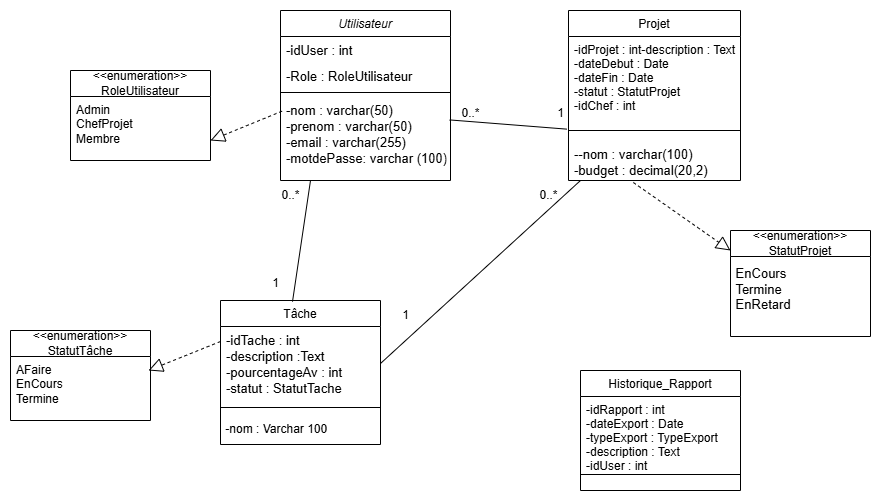
Earlier version of the draw.io export Diagramme de classe de suivi des projet SI.drawio.png (aichamokhtar/pfe-suivi-projets-si). Source tidied: cells renumbered, new cells last; positions are measured from the earlier drawing's top-left corner, leaving out a move shared by most shapes.
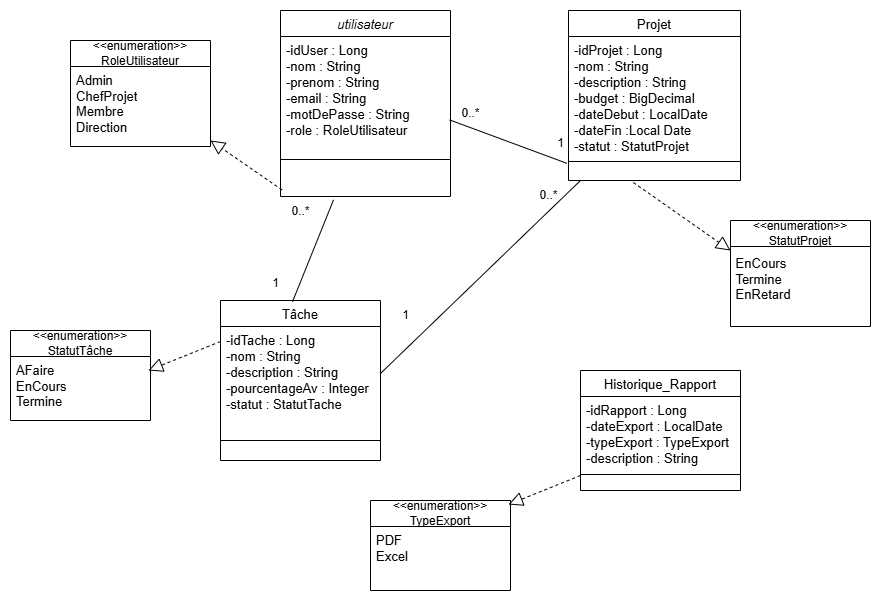
Above is the later version.

Commit message:
mise à jour diagramme de classe

The edit, as a diff of the source:
```diff
@@ -2,54 +2,45 @@
   <root>
     <mxCell id="0" />
     <mxCell id="1" parent="0" />
-    <mxCell id="2" value="Utilisateur" style="swimlane;fontStyle=2;align=center;verticalAlign=top;horizontal=1;startSize=26;rounded=0;shadow=0;strokeWidth=1;" parent="1" vertex="1">
-      <mxGeometry x="270" width="170" height="170" as="geometry" />
+    <mxCell id="2" value="utilisateur" style="swimlane;fontStyle=2;align=center;verticalAlign=top;horizontal=1;startSize=26;rounded=0;shadow=0;strokeWidth=1;fontSize=13;" parent="1" vertex="1">
+      <mxGeometry x="270" width="170" height="186" as="geometry" />
     </mxCell>
-    <mxCell id="3" value="-idUser : int" style="text;align=left;verticalAlign=top;spacingLeft=4;spacingRight=4;overflow=hidden;fontSize=13;" parent="2" vertex="1">
-      <mxGeometry y="26" width="170" height="26" as="geometry" />
-    </mxCell>
-    <mxCell id="4" value="-Role : RoleUtilisateur" style="text;align=left;verticalAlign=top;spacingLeft=4;spacingRight=4;overflow=hidden;rounded=0;shadow=0;html=0;fontSize=13;" parent="2" vertex="1">
-      <mxGeometry y="52" width="170" height="26" as="geometry" />
+    <mxCell id="4" value="-idUser : Long&#10;-nom : String&#10;-prenom : String&#10;-email : String&#10;-motDePasse : String&#10;-role : RoleUtilisateur" style="text;align=left;verticalAlign=top;spacingLeft=4;spacingRight=4;overflow=hidden;rounded=0;shadow=0;html=0;fontSize=13;" parent="2" vertex="1">
+      <mxGeometry y="26" width="170" height="94" as="geometry" />
     </mxCell>
     <mxCell id="5" style="line;html=1;strokeWidth=1;align=left;verticalAlign=middle;spacingTop=-1;spacingLeft=3;spacingRight=3;labelPosition=right;" parent="2" vertex="1">
-      <mxGeometry y="78" width="170" height="8" as="geometry" />
+      <mxGeometry y="120" width="170" height="58" as="geometry" />
     </mxCell>
-    <mxCell id="6" value="-nom : varchar(50)&#10;-prenom : varchar(50)&#10;-email : varchar(255)&#10;-motdePasse: varchar (100)&#10;" style="text;align=left;verticalAlign=top;spacingLeft=4;spacingRight=4;overflow=hidden;points=[[0,0.5],[1,0.5]];portConstraint=eastwest;fontSize=13;" parent="2" vertex="1">
-      <mxGeometry y="86" width="170" height="84" as="geometry" />
+    <mxCell id="6" value="&#10;" style="text;align=left;verticalAlign=top;spacingLeft=4;spacingRight=4;overflow=hidden;points=[[0,0.5],[1,0.5]];portConstraint=eastwest;fontSize=13;" parent="2" vertex="1">
+      <mxGeometry y="178" width="170" height="8" as="geometry" />
     </mxCell>
-    <mxCell id="7" value="Tâche" style="swimlane;fontStyle=0;align=center;verticalAlign=top;horizontal=1;startSize=26;rounded=0;shadow=0;strokeWidth=1;" parent="1" vertex="1">
-      <mxGeometry x="210" y="290" width="160" height="144" as="geometry" />
+    <mxCell id="7" value="Tâche" style="swimlane;fontStyle=0;align=center;verticalAlign=top;horizontal=1;startSize=26;rounded=0;shadow=0;strokeWidth=1;fontSize=13;" parent="1" vertex="1">
+      <mxGeometry x="210" y="290" width="160" height="160" as="geometry" />
     </mxCell>
-    <mxCell id="8" value="-idTache : int&#10;-description :Text&#10;-pourcentageAv : int&#10;-statut : StatutTache&#10;&#10;&#10;&#10;" style="text;align=left;verticalAlign=top;spacingLeft=4;spacingRight=4;overflow=hidden;points=[[0,0.5],[1,0.5]];portConstraint=eastwest;rounded=0;shadow=0;html=0;fontSize=13;" parent="7" vertex="1">
-      <mxGeometry y="26" width="160" height="74" as="geometry" />
+    <mxCell id="8" value="-idTache : Long&#10;-nom : String&#10;-description : String&#10;-pourcentageAv : Integer&#10;-statut : StatutTache&#10;&#10;&#10;&#10;" style="text;align=left;verticalAlign=top;spacingLeft=4;spacingRight=4;overflow=hidden;points=[[0,0.5],[1,0.5]];portConstraint=eastwest;rounded=0;shadow=0;html=0;fontSize=13;" parent="7" vertex="1">
+      <mxGeometry y="26" width="160" height="94" as="geometry" />
     </mxCell>
     <mxCell id="9" style="line;html=1;strokeWidth=1;align=left;verticalAlign=middle;spacingTop=-1;spacingLeft=3;spacingRight=3;labelPosition=right;" parent="7" vertex="1">
-      <mxGeometry y="100" width="160" height="14" as="geometry" />
+      <mxGeometry y="120" width="160" height="40" as="geometry" />
     </mxCell>
-    <mxCell id="10" value="&amp;nbsp;-nom : Varchar 100" style="text;html=1;align=left;verticalAlign=middle;strokeColor=none;fillColor=none;" parent="7" vertex="1">
-      <mxGeometry y="114" width="160" height="30" as="geometry" />
-    </mxCell>
-    <mxCell id="11" value="Historique_Rapport" style="swimlane;fontStyle=0;align=center;verticalAlign=top;horizontal=1;startSize=26;rounded=0;shadow=0;strokeWidth=1;" parent="1" vertex="1">
+    <mxCell id="11" value="Historique_Rapport" style="swimlane;fontStyle=0;align=center;verticalAlign=top;horizontal=1;startSize=26;rounded=0;shadow=0;strokeWidth=1;fontSize=13;" parent="1" vertex="1">
       <mxGeometry x="570" y="360" width="160" height="120" as="geometry" />
     </mxCell>
-    <mxCell id="12" value="-idRapport : int&#10;-dateExport : Date&#10;-typeExport : TypeExport&#10;-description : Text&#10;-idUser : int" style="text;align=left;verticalAlign=top;spacingLeft=4;spacingRight=4;overflow=hidden;" parent="11" vertex="1">
+    <mxCell id="12" value="-idRapport : Long&#10;-dateExport : LocalDate&#10;-typeExport : TypeExport&#10;-description : String&#10;" style="text;align=left;verticalAlign=top;spacingLeft=4;spacingRight=4;overflow=hidden;fontSize=13;" parent="11" vertex="1">
       <mxGeometry y="26" width="160" height="74" as="geometry" />
     </mxCell>
     <mxCell id="13" style="line;html=1;strokeWidth=1;align=left;verticalAlign=middle;spacingTop=-1;spacingLeft=3;spacingRight=3;labelPosition=right;" parent="11" vertex="1">
       <mxGeometry y="100" width="160" height="8" as="geometry" />
     </mxCell>
-    <mxCell id="14" value="Projet" style="swimlane;fontStyle=0;align=center;verticalAlign=top;horizontal=1;startSize=26;rounded=0;shadow=0;strokeWidth=1;" parent="1" vertex="1">
+    <mxCell id="14" value="Projet" style="swimlane;fontStyle=0;align=center;verticalAlign=top;horizontal=1;startSize=26;rounded=0;shadow=0;strokeWidth=1;fontSize=13;" parent="1" vertex="1">
       <mxGeometry x="558" width="172" height="170" as="geometry" />
     </mxCell>
-    <mxCell id="15" value="-idProjet : int-description : Text&#10;-dateDebut : Date&#10;-dateFin : Date&#10;-statut : StatutProjet&#10;-idChef : int" style="text;align=left;verticalAlign=top;spacingLeft=4;spacingRight=4;overflow=hidden;points=[[0,0.5],[1,0.5]];portConstraint=eastwest;rounded=0;shadow=0;html=0;" parent="14" vertex="1">
-      <mxGeometry y="26" width="172" height="84" as="geometry" />
+    <mxCell id="15" value="-idProjet : Long&#10;-nom : String&#10;-description : String&#10;-budget : BigDecimal&#10;-dateDebut : LocalDate&#10;-dateFin :Local Date&#10;-statut : StatutProjet&#10;&#10;" style="text;align=left;verticalAlign=top;spacingLeft=4;spacingRight=4;overflow=hidden;points=[[0,0.5],[1,0.5]];portConstraint=eastwest;rounded=0;shadow=0;html=0;fontSize=13;" parent="14" vertex="1">
+      <mxGeometry y="26" width="172" height="115" as="geometry" />
     </mxCell>
     <mxCell id="16" style="line;html=1;strokeWidth=1;align=left;verticalAlign=middle;spacingTop=-1;spacingLeft=3;spacingRight=3;labelPosition=right;" parent="14" vertex="1">
-      <mxGeometry y="110" width="172" height="20" as="geometry" />
+      <mxGeometry y="141" width="172" height="20" as="geometry" />
     </mxCell>
-    <mxCell id="17" value="--nom : varchar(100)&#10;-budget : decimal(20,2)" style="text;align=left;verticalAlign=top;spacingLeft=4;spacingRight=4;overflow=hidden;points=[[0,0.5],[1,0.5]];portConstraint=eastwest;rounded=0;shadow=0;html=0;fontSize=13;" parent="14" vertex="1">
-      <mxGeometry y="130" width="172" height="40" as="geometry" />
-    </mxCell>
     <mxCell id="18" style="endArrow=none;html=1;rounded=0;entryX=-0.009;entryY=1.103;entryDx=0;entryDy=0;entryPerimeter=0;exitX=-0.021;exitY=0.714;exitDx=0;exitDy=0;exitPerimeter=0;" parent="1" edge="1" source="19" target="15">
       <mxGeometry relative="1" as="geometry" />
     </mxCell>
@@ -57,7 +48,7 @@
       <mxGeometry x="440" y="88" width="40" height="30" as="geometry" />
     </mxCell>
     <mxCell id="20" value="1" style="text;html=1;align=center;verticalAlign=middle;strokeColor=none;fillColor=none;" parent="1" vertex="1">
-      <mxGeometry x="535" y="88" width="30" height="30" as="geometry" />
+      <mxGeometry x="535" y="118" width="30" height="30" as="geometry" />
     </mxCell>
     <mxCell id="21" style="endArrow=none;html=1;rounded=0;exitX=1;exitY=0.5;exitDx=0;exitDy=0;" parent="1" edge="1" source="8">
       <mxGeometry relative="1" as="geometry">
@@ -70,43 +61,42 @@
     <mxCell id="23" value="0..*" style="text;html=1;align=center;verticalAlign=middle;strokeColor=none;fillColor=none;" parent="1" vertex="1">
       <mxGeometry x="518" y="170" width="40" height="30" as="geometry" />
     </mxCell>
-    <mxCell id="24" style="endArrow=none;html=1;rounded=0;exitX=0.45;exitY=0.008;exitDx=0;exitDy=0;exitPerimeter=0;" parent="1" edge="1" source="7">
-      <mxGeometry relative="1" as="geometry">
-        <mxPoint x="300" y="170" as="targetPoint" />
-      </mxGeometry>
+    <mxCell id="24" style="endArrow=none;html=1;rounded=0;exitX=0.45;exitY=0.008;exitDx=0;exitDy=0;exitPerimeter=0;entryX=0.312;entryY=1.417;entryDx=0;entryDy=0;entryPerimeter=0;" parent="1" edge="1" source="7" target="6">
+      <mxGeometry relative="1" as="geometry" />
     </mxCell>
     <mxCell id="25" value="1" style="text;html=1;align=center;verticalAlign=middle;strokeColor=none;fillColor=none;" parent="1" vertex="1">
       <mxGeometry x="250" y="258" width="30" height="30" as="geometry" />
     </mxCell>
     <mxCell id="26" value="0..*" style="text;html=1;align=center;verticalAlign=middle;strokeColor=none;fillColor=none;" parent="1" vertex="1">
-      <mxGeometry x="260" y="170" width="40" height="30" as="geometry" />
+      <mxGeometry x="270" y="186" width="40" height="30" as="geometry" />
     </mxCell>
-    <mxCell id="27" value="&amp;lt;&amp;lt;enumeration&amp;gt;&amp;gt;&lt;div&gt;RoleUtilisateur&lt;/div&gt;" style="swimlane;fontStyle=0;horizontal=1;startSize=26;fillColor=none;whiteSpace=wrap;html=1;" parent="1" vertex="1">
-      <mxGeometry x="60" y="60" width="140" height="90" as="geometry" />
+    <mxCell id="27" value="&lt;font&gt;&amp;lt;&amp;lt;enumeration&amp;gt;&amp;gt;&lt;/font&gt;&lt;div&gt;&lt;font&gt;RoleUtilisateur&lt;/font&gt;&lt;/div&gt;" style="swimlane;fontStyle=0;horizontal=1;startSize=26;fillColor=none;whiteSpace=wrap;html=1;" parent="1" vertex="1">
+      <mxGeometry x="60" y="30" width="140" height="106" as="geometry" />
     </mxCell>
-    <mxCell id="28" value="Admin&lt;div&gt;ChefProjet&lt;/div&gt;&lt;div&gt;Membre&amp;nbsp;&lt;/div&gt;" style="text;strokeColor=none;fillColor=none;align=left;verticalAlign=top;spacingLeft=4;spacingRight=4;overflow=hidden;whiteSpace=wrap;html=1;" parent="27" vertex="1">
-      <mxGeometry y="26" width="140" height="64" as="geometry" />
+    <mxCell id="28" value="&lt;font style=&quot;font-size: 13px;&quot;&gt;Admin&lt;/font&gt;&lt;div&gt;&lt;font style=&quot;font-size: 13px;&quot;&gt;ChefProjet&lt;/font&gt;&lt;/div&gt;&lt;div&gt;&lt;font style=&quot;font-size: 13px;&quot;&gt;Membre&lt;/font&gt;&lt;/div&gt;&lt;div&gt;&lt;font style=&quot;font-size: 13px;&quot; face=&quot;sans-serif&quot;&gt;&lt;span style=&quot;white-space: pre; background-color: rgb(254, 254, 254);&quot;&gt;Direction&lt;/span&gt;&lt;/font&gt;&lt;/div&gt;" style="text;strokeColor=none;fillColor=none;align=left;verticalAlign=top;spacingLeft=4;spacingRight=4;overflow=hidden;whiteSpace=wrap;html=1;" parent="27" vertex="1">
+      <mxGeometry y="26" width="140" height="80" as="geometry" />
     </mxCell>
     <mxCell id="29" style="endArrow=block;dashed=1;endFill=0;endSize=12;html=1;rounded=0;exitX=0.009;exitY=0.175;exitDx=0;exitDy=0;exitPerimeter=0;" parent="1" edge="1" source="6">
       <mxGeometry relative="1" as="geometry">
         <mxPoint x="200" y="130" as="targetPoint" />
       </mxGeometry>
     </mxCell>
-    <mxCell id="30" value="&amp;lt;&amp;lt;enumeration&amp;gt;&amp;gt;&lt;div&gt;StatutProjet&lt;/div&gt;" style="swimlane;fontStyle=0;horizontal=1;startSize=26;fillColor=none;whiteSpace=wrap;html=1;" parent="1" vertex="1">
-      <mxGeometry x="720" y="220" width="140" height="106" as="geometry" />
+    <mxCell id="30" value="&lt;font&gt;&amp;lt;&amp;lt;enumeration&amp;gt;&amp;gt;&lt;/font&gt;&lt;div&gt;&lt;font&gt;StatutProjet&lt;/font&gt;&lt;/div&gt;" style="swimlane;fontStyle=0;horizontal=1;startSize=26;fillColor=none;whiteSpace=wrap;html=1;" parent="1" vertex="1">
+      <mxGeometry x="720" y="210" width="140" height="106" as="geometry" />
     </mxCell>
     <mxCell id="31" value="&lt;div style=&quot;&quot;&gt;&lt;font style=&quot;font-size: 13px;&quot;&gt;&amp;nbsp;EnCours&lt;/font&gt;&lt;/div&gt;&lt;div style=&quot;&quot;&gt;&lt;font style=&quot;font-size: 13px;&quot;&gt;&amp;nbsp;Termine&lt;/font&gt;&lt;/div&gt;&lt;div style=&quot;&quot;&gt;&lt;font style=&quot;font-size: 13px;&quot;&gt;&amp;nbsp;EnRetard&lt;/font&gt;&lt;/div&gt;&lt;div style=&quot;&quot;&gt;&lt;br&gt;&lt;/div&gt;" style="text;html=1;align=left;verticalAlign=middle;strokeColor=none;fillColor=none;" parent="30" vertex="1">
       <mxGeometry y="26" width="140" height="80" as="geometry" />
     </mxCell>
-    <mxCell id="32" style="endArrow=block;dashed=1;endFill=0;endSize=12;html=1;rounded=0;exitX=0.377;exitY=1.05;exitDx=0;exitDy=0;exitPerimeter=0;" parent="1" edge="1" source="17">
+    <mxCell id="32" style="endArrow=block;dashed=1;endFill=0;endSize=12;html=1;rounded=0;exitX=0.377;exitY=1.05;exitDx=0;exitDy=0;exitPerimeter=0;" parent="1" edge="1">
       <mxGeometry relative="1" as="geometry">
+        <mxPoint x="622.8" y="172" as="sourcePoint" />
         <mxPoint x="720" y="240" as="targetPoint" />
       </mxGeometry>
     </mxCell>
     <mxCell id="33" value="&amp;lt;&amp;lt;enumeration&amp;gt;&amp;gt;&lt;div&gt;Statut&lt;span style=&quot;text-wrap-mode: nowrap; background-color: transparent; color: light-dark(rgb(0, 0, 0), rgb(255, 255, 255));&quot;&gt;Tâche&lt;/span&gt;&lt;/div&gt;" style="swimlane;fontStyle=0;horizontal=1;startSize=26;fillColor=none;whiteSpace=wrap;html=1;" parent="1" vertex="1">
       <mxGeometry y="320" width="140" height="90" as="geometry" />
     </mxCell>
-    <mxCell id="34" value="AFaire&lt;div&gt;EnCours&lt;/div&gt;&lt;div&gt;Termine&lt;/div&gt;" style="text;strokeColor=none;fillColor=none;align=left;verticalAlign=top;spacingLeft=4;spacingRight=4;overflow=hidden;whiteSpace=wrap;html=1;" parent="33" vertex="1">
+    <mxCell id="34" value="&lt;font style=&quot;font-size: 13px;&quot;&gt;AFaire&lt;/font&gt;&lt;div&gt;&lt;font style=&quot;font-size: 13px;&quot;&gt;EnCours&lt;/font&gt;&lt;/div&gt;&lt;div&gt;&lt;font style=&quot;font-size: 13px;&quot;&gt;Termine&lt;/font&gt;&lt;/div&gt;" style="text;strokeColor=none;fillColor=none;align=left;verticalAlign=top;spacingLeft=4;spacingRight=4;overflow=hidden;whiteSpace=wrap;html=1;" parent="33" vertex="1">
       <mxGeometry y="26" width="140" height="64" as="geometry" />
     </mxCell>
     <mxCell id="35" style="endArrow=block;dashed=1;endFill=0;endSize=12;html=1;rounded=0;exitX=0.009;exitY=0.175;exitDx=0;exitDy=0;exitPerimeter=0;" parent="1" edge="1">
@@ -115,5 +105,17 @@
         <mxPoint x="138" y="360" as="targetPoint" />
       </mxGeometry>
     </mxCell>
+    <mxCell id="36" style="endArrow=block;dashed=1;endFill=0;endSize=12;html=1;rounded=0;exitX=0.009;exitY=0.175;exitDx=0;exitDy=0;exitPerimeter=0;" parent="1" edge="1">
+      <mxGeometry relative="1" as="geometry">
+        <mxPoint x="570" y="465" as="sourcePoint" />
+        <mxPoint x="498" y="494" as="targetPoint" />
+      </mxGeometry>
+    </mxCell>
+    <mxCell id="37" value="&amp;lt;&amp;lt;enumeration&amp;gt;&amp;gt;&lt;div&gt;TypeExport&lt;/div&gt;" style="swimlane;fontStyle=0;horizontal=1;startSize=26;fillColor=none;whiteSpace=wrap;html=1;" parent="1" vertex="1">
+      <mxGeometry x="360" y="490" width="140" height="90" as="geometry" />
+    </mxCell>
+    <mxCell id="38" value="&lt;font style=&quot;font-size: 13px;&quot;&gt;PDF&lt;/font&gt;&lt;div&gt;&lt;font style=&quot;font-size: 13px;&quot;&gt;Excel&lt;/font&gt;&lt;/div&gt;" style="text;strokeColor=none;fillColor=none;align=left;verticalAlign=top;spacingLeft=4;spacingRight=4;overflow=hidden;whiteSpace=wrap;html=1;" parent="37" vertex="1">
+      <mxGeometry y="26" width="140" height="64" as="geometry" />
+    </mxCell>
   </root>
 </mxGraphModel>
```
